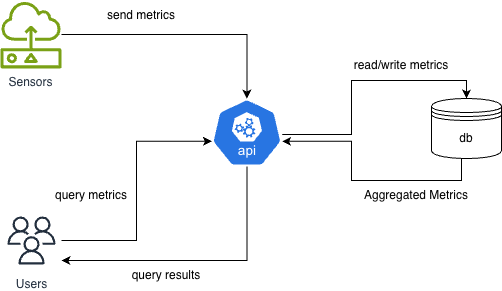
Earlier version of the draw.io export docs/app_design.png (JesusCalix/tPDwH23qCF-rest-api). Source tidied: cells renumbered, new cells last; positions are measured from the earlier drawing's top-left corner, leaving out a move shared by most shapes.
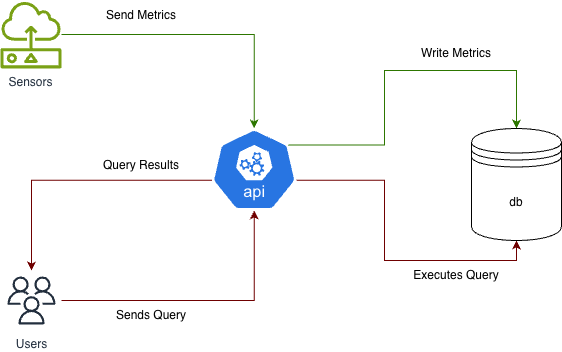
Later version of the same file.

Change to the diagram source:
```diff
@@ -2,63 +2,59 @@
   <root>
     <mxCell id="0" />
     <mxCell id="1" parent="0" />
-    <mxCell id="2" style="edgeStyle=orthogonalEdgeStyle;rounded=0;jettySize=auto;html=1;" parent="1" edge="1" source="3" target="6">
+    <mxCell id="2" style="edgeStyle=orthogonalEdgeStyle;rounded=0;jettySize=auto;html=1;fillColor=#60a917;strokeColor=#2D7600;" parent="1" edge="1" source="3" target="6">
       <mxGeometry relative="1" as="geometry" />
     </mxCell>
     <mxCell id="3" value="Sensors" style="sketch=0;outlineConnect=0;fontColor=#232F3E;gradientColor=none;fillColor=#7AA116;strokeColor=none;dashed=0;verticalLabelPosition=bottom;verticalAlign=top;align=center;html=1;fontSize=12;fontStyle=0;shape=mxgraph.aws4.sensor;" parent="1" vertex="1">
       <mxGeometry width="61" height="68" as="geometry" />
     </mxCell>
+    <mxCell id="16" style="edgeStyle=orthogonalEdgeStyle;rounded=0;jettySize=auto;html=1;entryX=0.5;entryY=0;entryDx=0;entryDy=0;fillColor=#60a917;strokeColor=#2D7600;exitX=0.9;exitY=0.2;exitDx=0;exitDy=0;exitPerimeter=0;" parent="1" edge="1" source="6" target="7">
+      <mxGeometry relative="1" as="geometry">
+        <Array as="points">
+          <mxPoint x="384" y="144" />
+          <mxPoint x="384" y="70" />
+          <mxPoint x="516" y="70" />
+        </Array>
+      </mxGeometry>
+    </mxCell>
+    <mxCell id="17" style="edgeStyle=orthogonalEdgeStyle;rounded=0;jettySize=auto;html=1;entryX=0.5;entryY=1;entryDx=0;entryDy=0;exitX=0.995;exitY=0.63;exitDx=0;exitDy=0;exitPerimeter=0;fillColor=#a20025;strokeColor=#6F0000;" parent="1" edge="1" source="6" target="7">
+      <mxGeometry relative="1" as="geometry">
+        <Array as="points">
+          <mxPoint x="384" y="180" />
+          <mxPoint x="384" y="260" />
+          <mxPoint x="516" y="260" />
+        </Array>
+      </mxGeometry>
+    </mxCell>
-    <mxCell id="4" style="edgeStyle=orthogonalEdgeStyle;rounded=0;jettySize=auto;html=1;" parent="1" edge="1" source="6" target="8">
-      <mxGeometry relative="1" as="geometry">
-        <Array as="points">
-          <mxPoint x="246" y="260" />
-        </Array>
-      </mxGeometry>
+    <mxCell id="4" style="edgeStyle=orthogonalEdgeStyle;rounded=0;jettySize=auto;html=1;exitX=0.005;exitY=0.63;exitDx=0;exitDy=0;exitPerimeter=0;fillColor=#a20025;strokeColor=#6F0000;" parent="1" edge="1" source="6" target="8">
+      <mxGeometry relative="1" as="geometry" />
     </mxCell>
-    <mxCell id="5" style="edgeStyle=orthogonalEdgeStyle;rounded=0;jettySize=auto;html=1;entryX=0.5;entryY=0;entryDx=0;entryDy=0;" parent="1" edge="1" source="6" target="7">
-      <mxGeometry relative="1" as="geometry">
-        <Array as="points">
-          <mxPoint x="351" y="134" />
-          <mxPoint x="351" y="80" />
-          <mxPoint x="466" y="80" />
-        </Array>
-      </mxGeometry>
-    </mxCell>
     <mxCell id="6" style="sketch=0;html=1;dashed=0;whitespace=wrap;verticalLabelPosition=bottom;verticalAlign=top;fillColor=#2875E2;strokeColor=#ffffff;points=[[0.005,0.63,0],[0.1,0.2,0],[0.9,0.2,0],[0.5,0,0],[0.995,0.63,0],[0.72,0.99,0],[0.5,1,0],[0.28,0.99,0]];shape=mxgraph.kubernetes.icon2;kubernetesLabel=1;prIcon=api;" parent="1" vertex="1">
-      <mxGeometry x="211" y="98" width="70.8" height="68" as="geometry" />
+      <mxGeometry x="211" y="128" width="85.4" height="82" as="geometry" />
     </mxCell>
     <mxCell id="7" value="db" style="shape=datastore;whiteSpace=wrap;html=1;" parent="1" vertex="1">
-      <mxGeometry x="431" y="98" width="70" height="60" as="geometry" />
+      <mxGeometry x="471" y="128" width="90" height="112" as="geometry" />
     </mxCell>
     <mxCell id="8" value="Users" style="sketch=0;outlineConnect=0;fontColor=#232F3E;gradientColor=none;strokeColor=#232F3E;fillColor=#ffffff;dashed=0;verticalLabelPosition=bottom;verticalAlign=top;align=center;html=1;fontSize=12;fontStyle=0;shape=mxgraph.aws4.resourceIcon;resIcon=mxgraph.aws4.users;" parent="1" vertex="1">
-      <mxGeometry x="1" y="210" width="60" height="60" as="geometry" />
+      <mxGeometry x="1" y="270" width="60" height="60" as="geometry" />
     </mxCell>
+    <mxCell id="13" value="&lt;span style=&quot;background-color: light-dark(#ffffff, var(--ge-dark-color, #121212));&quot;&gt;&lt;font style=&quot;color: light-dark(rgb(0, 0, 0), rgb(0, 153, 77));&quot;&gt;Send Metrics&lt;/font&gt;&lt;/span&gt;" style="text;html=1;whiteSpace=wrap;strokeColor=none;fillColor=none;align=center;verticalAlign=middle;rounded=0;" parent="1" vertex="1">
+      <mxGeometry x="96" width="90" height="30" as="geometry" />
+    </mxCell>
+    <mxCell id="15" value="Query Results" style="text;html=1;whiteSpace=wrap;strokeColor=none;fillColor=none;align=center;verticalAlign=middle;rounded=0;" parent="1" vertex="1">
+      <mxGeometry x="91" y="150" width="100" height="30" as="geometry" />
+    </mxCell>
+    <mxCell id="18" value="&lt;font style=&quot;color: light-dark(rgb(0, 0, 0), rgb(0, 153, 77));&quot;&gt;Write Metrics&lt;/font&gt;" style="text;html=1;whiteSpace=wrap;strokeColor=none;fillColor=none;align=center;verticalAlign=middle;rounded=0;" parent="1" vertex="1">
+      <mxGeometry x="411" y="38" width="90" height="30" as="geometry" />
+    </mxCell>
-    <mxCell id="9" style="edgeStyle=orthogonalEdgeStyle;rounded=0;jettySize=auto;html=1;entryX=0.005;entryY=0.63;entryDx=0;entryDy=0;entryPerimeter=0;" parent="1" edge="1" source="8" target="6">
+    <mxCell id="9" style="edgeStyle=orthogonalEdgeStyle;rounded=0;jettySize=auto;html=1;entryX=0.5;entryY=1;entryDx=0;entryDy=0;entryPerimeter=0;fillColor=#a20025;strokeColor=#6F0000;" parent="1" edge="1" source="8" target="6">
       <mxGeometry relative="1" as="geometry" />
     </mxCell>
-    <mxCell id="10" style="edgeStyle=orthogonalEdgeStyle;rounded=0;jettySize=auto;html=1;entryX=0.995;entryY=0.63;entryDx=0;entryDy=0;entryPerimeter=0;" parent="1" edge="1" source="7" target="6">
-      <mxGeometry relative="1" as="geometry">
-        <Array as="points">
-          <mxPoint x="461" y="180" />
-          <mxPoint x="351" y="180" />
-          <mxPoint x="351" y="140" />
-        </Array>
-      </mxGeometry>
-    </mxCell>
-    <mxCell id="11" value="read/write metrics" style="text;html=1;whiteSpace=wrap;strokeColor=none;fillColor=none;align=center;verticalAlign=middle;rounded=0;" parent="1" vertex="1">
-      <mxGeometry x="341" y="50" width="120" height="30" as="geometry" />
-    </mxCell>
-    <mxCell id="12" value="Aggregated Metrics" style="text;html=1;whiteSpace=wrap;strokeColor=none;fillColor=none;align=center;verticalAlign=middle;rounded=0;" parent="1" vertex="1">
-      <mxGeometry x="351" y="180" width="130" height="30" as="geometry" />
-    </mxCell>
-    <mxCell id="13" value="send metrics" style="text;html=1;whiteSpace=wrap;strokeColor=none;fillColor=none;align=center;verticalAlign=middle;rounded=0;" parent="1" vertex="1">
-      <mxGeometry x="96" width="90" height="30" as="geometry" />
-    </mxCell>
-    <mxCell id="14" value="query metrics" style="text;html=1;whiteSpace=wrap;strokeColor=none;fillColor=none;align=center;verticalAlign=middle;rounded=0;" parent="1" vertex="1">
-      <mxGeometry x="41" y="180" width="100" height="30" as="geometry" />
-    </mxCell>
-    <mxCell id="15" value="query results" style="text;html=1;whiteSpace=wrap;strokeColor=none;fillColor=none;align=center;verticalAlign=middle;rounded=0;" parent="1" vertex="1">
-      <mxGeometry x="121" y="260" width="90" height="30" as="geometry" />
-    </mxCell>
+    <mxCell id="19" value="Sends Query" style="text;html=1;whiteSpace=wrap;strokeColor=none;fillColor=none;align=center;verticalAlign=middle;rounded=0;" parent="1" vertex="1">
+      <mxGeometry x="106" y="300" width="90" height="30" as="geometry" />
+    </mxCell>
+    <mxCell id="20" value="Executes Query" style="text;html=1;whiteSpace=wrap;strokeColor=none;fillColor=none;align=center;verticalAlign=middle;rounded=0;" parent="1" vertex="1">
+      <mxGeometry x="401" y="260" width="110" height="30" as="geometry" />
+    </mxCell>
   </root>
 </mxGraphModel>
```
